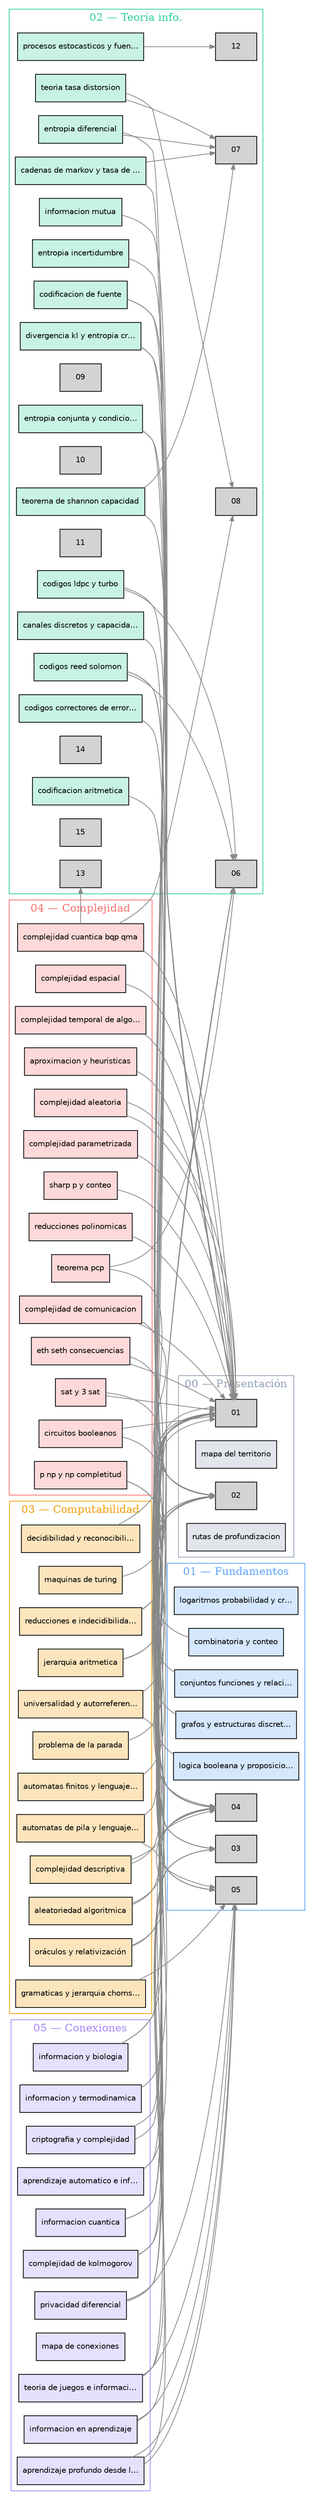
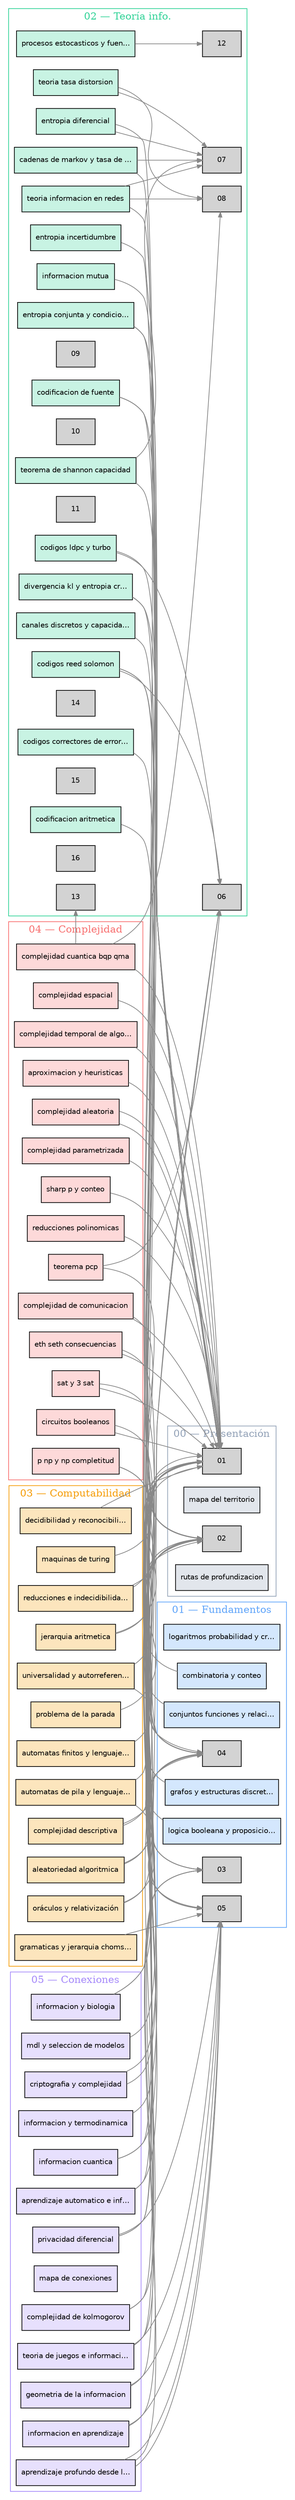
digraph dependencias {
  rankdir=LR;
  node [shape=box style=filled fontname="Helvetica" fontsize=10 margin="0.1,0.05"];
  edge [color="#888888" arrowsize=0.7];

  subgraph cluster_00 {
    label="00 — Presentación";
    color="#94a3b8";
    fontcolor="#94a3b8";
    01_mapa_del_territorio [label="mapa del territorio" fillcolor="#94a3b844"];
    02_rutas_de_profundizacion [label="rutas de profundizacion" fillcolor="#94a3b844"];
  }

  subgraph cluster_01 {
    label="01 — Fundamentos";
    color="#60a5fa";
    fontcolor="#60a5fa";
    01_logaritmos_probabilidad_y_crecimiento [label="logaritmos probabilidad y cr…" fillcolor="#60a5fa44"];
    02_conjuntos_funciones_y_relaciones [label="conjuntos funciones y relaci…" fillcolor="#60a5fa44"];
    03_combinatoria_y_conteo [label="combinatoria y conteo" fillcolor="#60a5fa44"];
    04_grafos_y_estructuras_discretas [label="grafos y estructuras discret…" fillcolor="#60a5fa44"];
    05_logica_booleana_y_proposicional [label="logica booleana y proposicio…" fillcolor="#60a5fa44"];
  }

  subgraph cluster_02 {
    label="02 — Teoría info.";
    color="#34d399";
    fontcolor="#34d399";
    01_entropia_incertidumbre [label="entropia incertidumbre" fillcolor="#34d39944"];
    02_informacion_mutua [label="informacion mutua" fillcolor="#34d39944"];
    03_codificacion_de_fuente [label="codificacion de fuente" fillcolor="#34d39944"];
    04_canales_discretos_y_capacidad [label="canales discretos y capacida…" fillcolor="#34d39944"];
    05_divergencia_kl_y_entropia_cruzada [label="divergencia kl y entropia cr…" fillcolor="#34d39944"];
    06_codigos_correctores_de_errores [label="codigos correctores de error…" fillcolor="#34d39944"];
    07_entropia_conjunta_y_condicional [label="entropia conjunta y condicio…" fillcolor="#34d39944"];
    08_teorema_de_shannon_capacidad [label="teorema de shannon capacidad" fillcolor="#34d39944"];
    09_teoria_tasa_distorsion [label="teoria tasa distorsion" fillcolor="#34d39944"];
    10_entropia_diferencial [label="entropia diferencial" fillcolor="#34d39944"];
    11_codigos_ldpc_y_turbo [label="codigos ldpc y turbo" fillcolor="#34d39944"];
    12_cadenas_de_markov_y_tasa_de_entropia [label="cadenas de markov y tasa de …" fillcolor="#34d39944"];
    13_codificacion_aritmetica [label="codificacion aritmetica" fillcolor="#34d39944"];
    14_procesos_estocasticos_y_fuentes_con_memoria [label="procesos estocasticos y fuen…" fillcolor="#34d39944"];
    15_codigos_reed_solomon [label="codigos reed solomon" fillcolor="#34d39944"];
+     16_teoria_informacion_en_redes [label="teoria informacion en redes" fillcolor="#34d39944"];
  }

  subgraph cluster_03 {
    label="03 — Computabilidad";
    color="#f59e0b";
    fontcolor="#f59e0b";
    01_problema_de_la_parada [label="problema de la parada" fillcolor="#f59e0b44"];
    02_decidibilidad_y_reconocibilidad [label="decidibilidad y reconocibili…" fillcolor="#f59e0b44"];
    03_reducciones_e_indecidibilidad [label="reducciones e indecidibilida…" fillcolor="#f59e0b44"];
    04_maquinas_de_turing [label="maquinas de turing" fillcolor="#f59e0b44"];
    05_automatas_finitos_y_lenguajes_regulares [label="automatas finitos y lenguaje…" fillcolor="#f59e0b44"];
    06_gramaticas_y_jerarquia_chomsky [label="gramaticas y jerarquia choms…" fillcolor="#f59e0b44"];
    07_universalidad_y_autorreferencia [label="universalidad y autorreferen…" fillcolor="#f59e0b44"];
    08_complejidad_descriptiva [label="complejidad descriptiva" fillcolor="#f59e0b44"];
    09_automatas_de_pila_y_lenguajes_contexto_libre [label="automatas de pila y lenguaje…" fillcolor="#f59e0b44"];
    10_jerarquia_aritmetica [label="jerarquia aritmetica" fillcolor="#f59e0b44"];
    11_oraculos_y_relativizacion [label="oráculos y relativización" fillcolor="#f59e0b44"];
    12_aleatoriedad_algoritmica [label="aleatoriedad algoritmica" fillcolor="#f59e0b44"];
  }

  subgraph cluster_04 {
    label="04 — Complejidad";
    color="#f87171";
    fontcolor="#f87171";
    01_p_np_y_np_completitud [label="p np y np completitud" fillcolor="#f8717144"];
    02_reducciones_polinomicas [label="reducciones polinomicas" fillcolor="#f8717144"];
    03_sat_y_3_sat [label="sat y 3 sat" fillcolor="#f8717144"];
    04_complejidad_espacial [label="complejidad espacial" fillcolor="#f8717144"];
    05_complejidad_temporal_de_algoritmos [label="complejidad temporal de algo…" fillcolor="#f8717144"];
    06_aproximacion_y_heuristicas [label="aproximacion y heuristicas" fillcolor="#f8717144"];
    07_circuitos_booleanos [label="circuitos booleanos" fillcolor="#f8717144"];
    08_complejidad_aleatoria [label="complejidad aleatoria" fillcolor="#f8717144"];
    09_teorema_pcp [label="teorema pcp" fillcolor="#f8717144"];
    10_complejidad_parametrizada [label="complejidad parametrizada" fillcolor="#f8717144"];
    11_sharp_p_y_conteo [label="sharp p y conteo" fillcolor="#f8717144"];
    12_complejidad_de_comunicacion [label="complejidad de comunicacion" fillcolor="#f8717144"];
    13_eth_seth_consecuencias [label="eth seth consecuencias" fillcolor="#f8717144"];
    14_complejidad_cuantica_bqp_qma [label="complejidad cuantica bqp qma" fillcolor="#f8717144"];
  }

  subgraph cluster_05 {
    label="05 — Conexiones";
    color="#a78bfa";
    fontcolor="#a78bfa";
    01_complejidad_de_kolmogorov [label="complejidad de kolmogorov" fillcolor="#a78bfa44"];
    02_criptografia_y_complejidad [label="criptografia y complejidad" fillcolor="#a78bfa44"];
    03_aprendizaje_automatico_e_informacion [label="aprendizaje automatico e inf…" fillcolor="#a78bfa44"];
    04_informacion_cuantica [label="informacion cuantica" fillcolor="#a78bfa44"];
    05_informacion_en_aprendizaje [label="informacion en aprendizaje" fillcolor="#a78bfa44"];
    06_informacion_y_termodinamica [label="informacion y termodinamica" fillcolor="#a78bfa44"];
    07_informacion_y_biologia [label="informacion y biologia" fillcolor="#a78bfa44"];
    08_mapa_de_conexiones [label="mapa de conexiones" fillcolor="#a78bfa44"];
    09_teoria_de_juegos_e_informacion [label="teoria de juegos e informaci…" fillcolor="#a78bfa44"];
    10_aprendizaje_profundo_desde_la_informacion [label="aprendizaje profundo desde l…" fillcolor="#a78bfa44"];
    11_privacidad_diferencial [label="privacidad diferencial" fillcolor="#a78bfa44"];
+     12_geometria_de_la_informacion [label="geometria de la informacion" fillcolor="#a78bfa44"];
+     13_mdl_y_seleccion_de_modelos [label="mdl y seleccion de modelos" fillcolor="#a78bfa44"];
  }

  02_conjuntos_funciones_y_relaciones -> 01_logaritmos_probabilidad_y_crecimiento;
  03_combinatoria_y_conteo -> 01_logaritmos_probabilidad_y_crecimiento;
  04_grafos_y_estructuras_discretas -> 02_conjuntos_funciones_y_relaciones;
  05_logica_booleana_y_proposicional -> 02_conjuntos_funciones_y_relaciones;
  01_entropia_incertidumbre -> 01_logaritmos_probabilidad_y_crecimiento;
  02_informacion_mutua -> 01_entropia_incertidumbre;
  03_codificacion_de_fuente -> 01_entropia_incertidumbre;
  03_codificacion_de_fuente -> 02_informacion_mutua;
  04_canales_discretos_y_capacidad -> 02_informacion_mutua;
  05_divergencia_kl_y_entropia_cruzada -> 01_entropia_incertidumbre;
  05_divergencia_kl_y_entropia_cruzada -> 02_informacion_mutua;
  06_codigos_correctores_de_errores -> 04_canales_discretos_y_capacidad;
  07_entropia_conjunta_y_condicional -> 01_entropia_incertidumbre;
  07_entropia_conjunta_y_condicional -> 02_informacion_mutua;
  08_teorema_de_shannon_capacidad -> 04_canales_discretos_y_capacidad;
  08_teorema_de_shannon_capacidad -> 07_entropia_conjunta_y_condicional;
  09_teoria_tasa_distorsion -> 07_entropia_conjunta_y_condicional;
  09_teoria_tasa_distorsion -> 08_teorema_de_shannon_capacidad;
  10_entropia_diferencial -> 01_entropia_incertidumbre;
  10_entropia_diferencial -> 07_entropia_conjunta_y_condicional;
  11_codigos_ldpc_y_turbo -> 06_codigos_correctores_de_errores;
  11_codigos_ldpc_y_turbo -> 04_canales_discretos_y_capacidad;
  12_cadenas_de_markov_y_tasa_de_entropia -> 01_entropia_incertidumbre;
  12_cadenas_de_markov_y_tasa_de_entropia -> 07_entropia_conjunta_y_condicional;
  13_codificacion_aritmetica -> 03_codificacion_de_fuente;
  14_procesos_estocasticos_y_fuentes_con_memoria -> 12_cadenas_de_markov_y_tasa_de_entropia;
  15_codigos_reed_solomon -> 06_codigos_correctores_de_errores;
  15_codigos_reed_solomon -> 03_combinatoria_y_conteo;
  15_codigos_reed_solomon -> 04_grafos_y_estructuras_discretas;
+   16_teoria_informacion_en_redes -> 04_canales_discretos_y_capacidad;
+   16_teoria_informacion_en_redes -> 07_entropia_conjunta_y_condicional;
+   16_teoria_informacion_en_redes -> 08_teorema_de_shannon_capacidad;
  01_problema_de_la_parada -> 02_conjuntos_funciones_y_relaciones;
  02_decidibilidad_y_reconocibilidad -> 01_problema_de_la_parada;
  03_reducciones_e_indecidibilidad -> 01_problema_de_la_parada;
  03_reducciones_e_indecidibilidad -> 02_decidibilidad_y_reconocibilidad;
  04_maquinas_de_turing -> 01_problema_de_la_parada;
  05_automatas_finitos_y_lenguajes_regulares -> 02_conjuntos_funciones_y_relaciones;
  06_gramaticas_y_jerarquia_chomsky -> 05_automatas_finitos_y_lenguajes_regulares;
  07_universalidad_y_autorreferencia -> 04_maquinas_de_turing;
  07_universalidad_y_autorreferencia -> 01_problema_de_la_parada;
  08_complejidad_descriptiva -> 04_maquinas_de_turing;
  08_complejidad_descriptiva -> 01_p_np_y_np_completitud;
  09_automatas_de_pila_y_lenguajes_contexto_libre -> 06_gramaticas_y_jerarquia_chomsky;
  09_automatas_de_pila_y_lenguajes_contexto_libre -> 05_automatas_finitos_y_lenguajes_regulares;
  10_jerarquia_aritmetica -> 01_problema_de_la_parada;
  10_jerarquia_aritmetica -> 02_decidibilidad_y_reconocibilidad;
  11_oraculos_y_relativizacion -> 04_maquinas_de_turing;
  11_oraculos_y_relativizacion -> 01_p_np_y_np_completitud;
  12_aleatoriedad_algoritmica -> 01_complejidad_de_kolmogorov;
  12_aleatoriedad_algoritmica -> 04_maquinas_de_turing;
  01_p_np_y_np_completitud -> 04_maquinas_de_turing;
  01_p_np_y_np_completitud -> 05_complejidad_temporal_de_algoritmos;
  02_reducciones_polinomicas -> 01_p_np_y_np_completitud;
  03_sat_y_3_sat -> 01_p_np_y_np_completitud;
  03_sat_y_3_sat -> 05_logica_booleana_y_proposicional;
  04_complejidad_espacial -> 01_p_np_y_np_completitud;
  05_complejidad_temporal_de_algoritmos -> 01_logaritmos_probabilidad_y_crecimiento;
  06_aproximacion_y_heuristicas -> 01_p_np_y_np_completitud;
  07_circuitos_booleanos -> 05_logica_booleana_y_proposicional;
  07_circuitos_booleanos -> 01_p_np_y_np_completitud;
  08_complejidad_aleatoria -> 01_p_np_y_np_completitud;
  08_complejidad_aleatoria -> 01_logaritmos_probabilidad_y_crecimiento;
  09_teorema_pcp -> 02_reducciones_polinomicas;
  09_teorema_pcp -> 06_aproximacion_y_heuristicas;
  10_complejidad_parametrizada -> 01_p_np_y_np_completitud;
  11_sharp_p_y_conteo -> 01_p_np_y_np_completitud;
  12_complejidad_de_comunicacion -> 01_p_np_y_np_completitud;
  12_complejidad_de_comunicacion -> 02_informacion_mutua;
  13_eth_seth_consecuencias -> 01_p_np_y_np_completitud;
  13_eth_seth_consecuencias -> 03_sat_y_3_sat;
  14_complejidad_cuantica_bqp_qma -> 01_p_np_y_np_completitud;
  14_complejidad_cuantica_bqp_qma -> 08_complejidad_aleatoria;
  14_complejidad_cuantica_bqp_qma -> 13_eth_seth_consecuencias;
  01_complejidad_de_kolmogorov -> 01_entropia_incertidumbre;
  01_complejidad_de_kolmogorov -> 04_maquinas_de_turing;
  02_criptografia_y_complejidad -> 01_p_np_y_np_completitud;
  02_criptografia_y_complejidad -> 01_complejidad_de_kolmogorov;
  03_aprendizaje_automatico_e_informacion -> 01_entropia_incertidumbre;
  03_aprendizaje_automatico_e_informacion -> 02_informacion_mutua;
  04_informacion_cuantica -> 01_entropia_incertidumbre;
  04_informacion_cuantica -> 02_conjuntos_funciones_y_relaciones;
  05_informacion_en_aprendizaje -> 03_aprendizaje_automatico_e_informacion;
  05_informacion_en_aprendizaje -> 05_divergencia_kl_y_entropia_cruzada;
  06_informacion_y_termodinamica -> 01_entropia_incertidumbre;
  07_informacion_y_biologia -> 01_entropia_incertidumbre;
  07_informacion_y_biologia -> 06_codigos_correctores_de_errores;
  09_teoria_de_juegos_e_informacion -> 01_logaritmos_probabilidad_y_crecimiento;
  09_teoria_de_juegos_e_informacion -> 05_divergencia_kl_y_entropia_cruzada;
  09_teoria_de_juegos_e_informacion -> 03_aprendizaje_automatico_e_informacion;
  10_aprendizaje_profundo_desde_la_informacion -> 05_divergencia_kl_y_entropia_cruzada;
  10_aprendizaje_profundo_desde_la_informacion -> 03_aprendizaje_automatico_e_informacion;
  10_aprendizaje_profundo_desde_la_informacion -> 05_informacion_en_aprendizaje;
  11_privacidad_diferencial -> 05_divergencia_kl_y_entropia_cruzada;
  11_privacidad_diferencial -> 02_criptografia_y_complejidad;
  11_privacidad_diferencial -> 01_entropia_incertidumbre;
+   12_geometria_de_la_informacion -> 05_divergencia_kl_y_entropia_cruzada;
+   12_geometria_de_la_informacion -> 01_complejidad_de_kolmogorov;
+   13_mdl_y_seleccion_de_modelos -> 01_complejidad_de_kolmogorov;
}